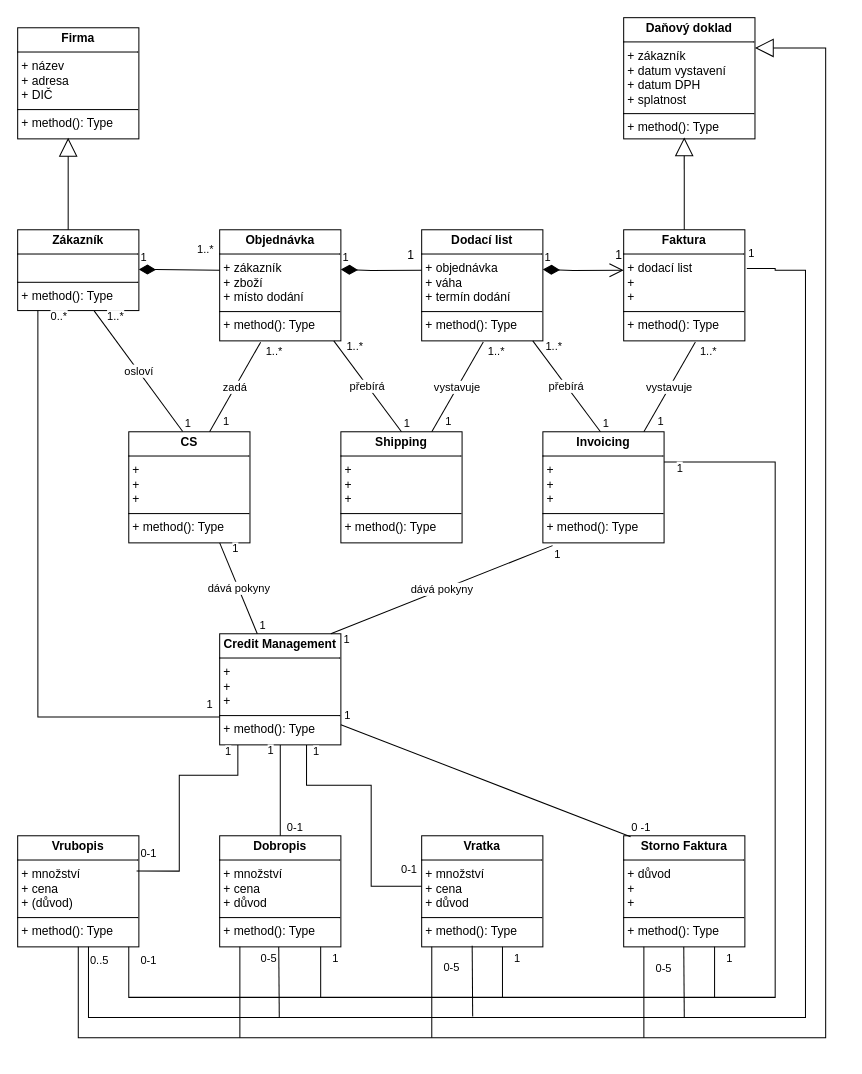
Above: tok dokladu oprava (9).drawio in xmardol40/pg (draw.io), before the change. Source tidied: cells renumbered, new cells numbered last; positions are measured from the earlier drawing's top-left corner, leaving out a move shared by most shapes. Both pictures are drawn from the tidied source at 101%, with x=0, y=0 at pixel (17, 17).
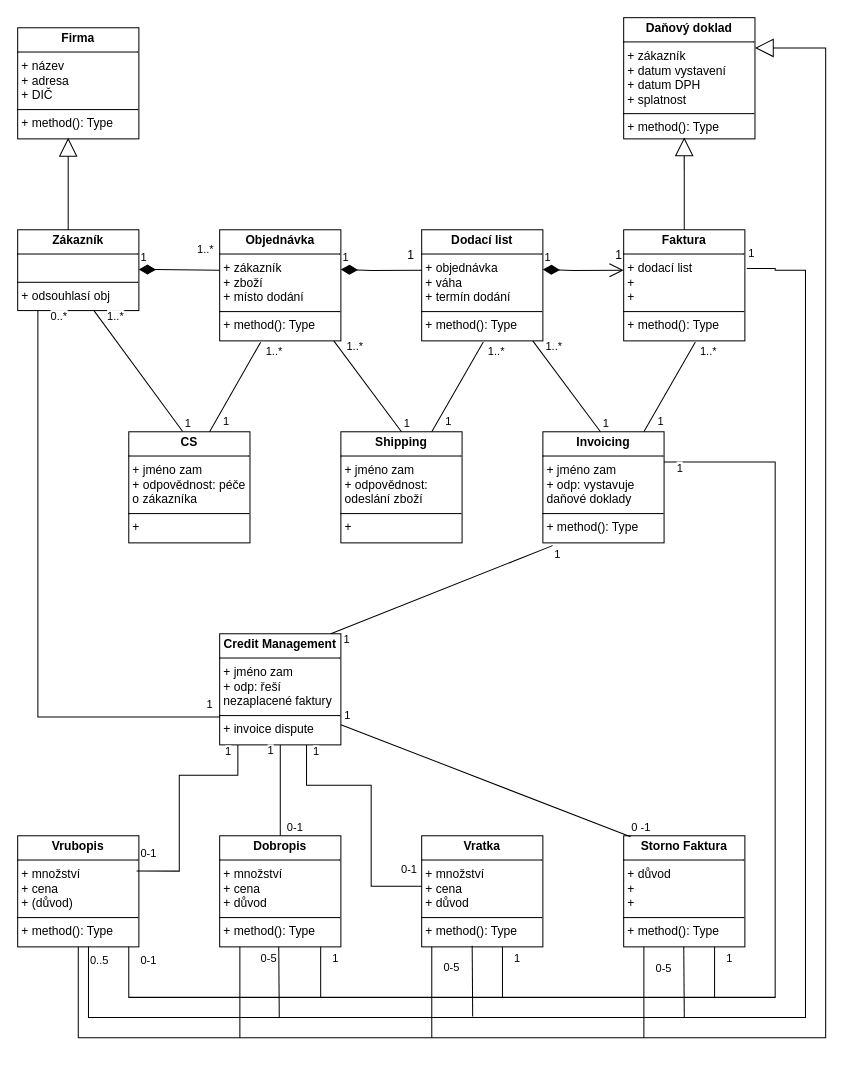
The same page after the edit.

The change refers to these unchanged cells:
```xml
<mxCell id="5" value="&lt;p style=&quot;margin:0px;margin-top:4px;text-align:center;&quot;&gt;&lt;b&gt;Objednávka&lt;/b&gt;&lt;/p&gt;&lt;hr size=&quot;1&quot; style=&quot;border-style:solid;&quot;&gt;&lt;p style=&quot;margin:0px;margin-left:4px;&quot;&gt;+ zákazník&lt;/p&gt;&lt;p style=&quot;margin:0px;margin-left:4px;&quot;&gt;+ zboží&lt;/p&gt;&lt;p style=&quot;margin:0px;margin-left:4px;&quot;&gt;+ místo dodání&lt;/p&gt;&lt;hr size=&quot;1&quot; style=&quot;border-style:solid;&quot;&gt;&lt;p style=&quot;margin:0px;margin-left:4px;&quot;&gt;+ method(): Type&lt;/p&gt;" style="verticalAlign=top;align=left;overflow=fill;html=1;whiteSpace=wrap;" parent="1" vertex="1">
  <mxGeometry x="200" y="210" width="120" height="110" as="geometry" />
</mxCell>
```

Change to the diagram source:
```diff
@@
-    <mxCell id="4" value="&lt;p style=&quot;margin:0px;margin-top:4px;text-align:center;&quot;&gt;&lt;b&gt;Zákazník&lt;/b&gt;&lt;/p&gt;&lt;hr size=&quot;1&quot; style=&quot;border-style:solid;&quot;&gt;&lt;p style=&quot;margin:0px;margin-left:4px;&quot;&gt;&lt;br&gt;&lt;/p&gt;&lt;hr size=&quot;1&quot; style=&quot;border-style:solid;&quot;&gt;&lt;p style=&quot;margin:0px;margin-left:4px;&quot;&gt;+ method(): Type&lt;/p&gt;" style="verticalAlign=top;align=left;overflow=fill;html=1;whiteSpace=wrap;" parent="1" vertex="1">
+    <mxCell id="4" value="&lt;p style=&quot;margin:0px;margin-top:4px;text-align:center;&quot;&gt;&lt;b&gt;Zákazník&lt;/b&gt;&lt;/p&gt;&lt;hr size=&quot;1&quot; style=&quot;border-style:solid;&quot;&gt;&lt;p style=&quot;margin:0px;margin-left:4px;&quot;&gt;&lt;br&gt;&lt;/p&gt;&lt;hr size=&quot;1&quot; style=&quot;border-style:solid;&quot;&gt;&lt;p style=&quot;margin:0px;margin-left:4px;&quot;&gt;+ odsouhlasí obj&lt;/p&gt;" style="verticalAlign=top;align=left;overflow=fill;html=1;whiteSpace=wrap;" parent="1" vertex="1">
       <mxGeometry y="210" width="120" height="80" as="geometry" />
     </mxCell>
@@
-    <mxCell id="8" value="&lt;p style=&quot;margin:0px;margin-top:4px;text-align:center;&quot;&gt;&lt;b&gt;CS&lt;/b&gt;&lt;/p&gt;&lt;hr size=&quot;1&quot; style=&quot;border-style:solid;&quot;&gt;&lt;p style=&quot;margin:0px;margin-left:4px;&quot;&gt;+&amp;nbsp;&lt;/p&gt;&lt;p style=&quot;margin:0px;margin-left:4px;&quot;&gt;+&amp;nbsp;&lt;/p&gt;&lt;p style=&quot;margin:0px;margin-left:4px;&quot;&gt;+&amp;nbsp;&lt;/p&gt;&lt;hr size=&quot;1&quot; style=&quot;border-style:solid;&quot;&gt;&lt;p style=&quot;margin:0px;margin-left:4px;&quot;&gt;+ method(): Type&lt;/p&gt;" style="verticalAlign=top;align=left;overflow=fill;html=1;whiteSpace=wrap;" parent="1" vertex="1">
+    <mxCell id="8" value="&lt;p style=&quot;margin:0px;margin-top:4px;text-align:center;&quot;&gt;&lt;b&gt;CS&lt;/b&gt;&lt;/p&gt;&lt;hr size=&quot;1&quot; style=&quot;border-style:solid;&quot;&gt;&lt;p style=&quot;margin:0px;margin-left:4px;&quot;&gt;+ jméno zam&lt;/p&gt;&lt;p style=&quot;margin:0px;margin-left:4px;&quot;&gt;+ odpovědnost: péče o zákazníka&lt;/p&gt;&lt;hr size=&quot;1&quot; style=&quot;border-style:solid;&quot;&gt;&lt;p style=&quot;margin:0px;margin-left:4px;&quot;&gt;+&amp;nbsp;&lt;/p&gt;" style="verticalAlign=top;align=left;overflow=fill;html=1;whiteSpace=wrap;" parent="1" vertex="1">
       <mxGeometry x="110" y="410" width="120" height="110" as="geometry" />
     </mxCell>
-    <mxCell id="9" value="&lt;p style=&quot;margin:0px;margin-top:4px;text-align:center;&quot;&gt;&lt;b&gt;Shipping&lt;/b&gt;&lt;/p&gt;&lt;hr size=&quot;1&quot; style=&quot;border-style:solid;&quot;&gt;&lt;p style=&quot;margin:0px;margin-left:4px;&quot;&gt;+&amp;nbsp;&lt;/p&gt;&lt;p style=&quot;margin:0px;margin-left:4px;&quot;&gt;+&amp;nbsp;&lt;/p&gt;&lt;p style=&quot;margin:0px;margin-left:4px;&quot;&gt;+&amp;nbsp;&lt;/p&gt;&lt;hr size=&quot;1&quot; style=&quot;border-style:solid;&quot;&gt;&lt;p style=&quot;margin:0px;margin-left:4px;&quot;&gt;+ method(): Type&lt;/p&gt;" style="verticalAlign=top;align=left;overflow=fill;html=1;whiteSpace=wrap;" parent="1" vertex="1">
+    <mxCell id="9" value="&lt;p style=&quot;margin:0px;margin-top:4px;text-align:center;&quot;&gt;&lt;b&gt;Shipping&lt;/b&gt;&lt;/p&gt;&lt;hr size=&quot;1&quot; style=&quot;border-style:solid;&quot;&gt;&lt;p style=&quot;margin:0px;margin-left:4px;&quot;&gt;+&amp;nbsp;&lt;span style=&quot;background-color: initial;&quot;&gt;jméno zam&lt;/span&gt;&lt;/p&gt;&lt;p style=&quot;margin: 0px 0px 0px 4px;&quot;&gt;+ odpovědnost: odeslání zboží&lt;/p&gt;&lt;hr size=&quot;1&quot; style=&quot;border-style:solid;&quot;&gt;&lt;p style=&quot;margin:0px;margin-left:4px;&quot;&gt;+&amp;nbsp;&lt;/p&gt;" style="verticalAlign=top;align=left;overflow=fill;html=1;whiteSpace=wrap;" parent="1" vertex="1">
       <mxGeometry x="320" y="410" width="120" height="110" as="geometry" />
     </mxCell>
-    <mxCell id="10" value="&lt;p style=&quot;margin:0px;margin-top:4px;text-align:center;&quot;&gt;&lt;b&gt;Invoicing&lt;/b&gt;&lt;/p&gt;&lt;hr size=&quot;1&quot; style=&quot;border-style:solid;&quot;&gt;&lt;p style=&quot;margin:0px;margin-left:4px;&quot;&gt;+&amp;nbsp;&lt;/p&gt;&lt;p style=&quot;margin:0px;margin-left:4px;&quot;&gt;+&amp;nbsp;&lt;/p&gt;&lt;p style=&quot;margin:0px;margin-left:4px;&quot;&gt;+&amp;nbsp;&lt;/p&gt;&lt;hr size=&quot;1&quot; style=&quot;border-style:solid;&quot;&gt;&lt;p style=&quot;margin:0px;margin-left:4px;&quot;&gt;+ method(): Type&lt;/p&gt;" style="verticalAlign=top;align=left;overflow=fill;html=1;whiteSpace=wrap;" parent="1" vertex="1">
+    <mxCell id="10" value="&lt;p style=&quot;margin:0px;margin-top:4px;text-align:center;&quot;&gt;&lt;b&gt;Invoicing&lt;/b&gt;&lt;/p&gt;&lt;hr size=&quot;1&quot; style=&quot;border-style:solid;&quot;&gt;&lt;p style=&quot;margin:0px;margin-left:4px;&quot;&gt;+ jméno zam&lt;/p&gt;&lt;p style=&quot;margin:0px;margin-left:4px;&quot;&gt;+ odp: vystavuje daňové doklady&lt;/p&gt;&lt;hr size=&quot;1&quot; style=&quot;border-style:solid;&quot;&gt;&lt;p style=&quot;margin:0px;margin-left:4px;&quot;&gt;+ method(): Type&lt;/p&gt;" style="verticalAlign=top;align=left;overflow=fill;html=1;whiteSpace=wrap;" parent="1" vertex="1">
       <mxGeometry x="520" y="410" width="120" height="110" as="geometry" />
     </mxCell>
-    <mxCell id="11" value="&lt;p style=&quot;margin:0px;margin-top:4px;text-align:center;&quot;&gt;&lt;b&gt;Credit Management&lt;/b&gt;&lt;/p&gt;&lt;hr size=&quot;1&quot; style=&quot;border-style:solid;&quot;&gt;&lt;p style=&quot;margin:0px;margin-left:4px;&quot;&gt;+&amp;nbsp;&lt;/p&gt;&lt;p style=&quot;margin:0px;margin-left:4px;&quot;&gt;+&amp;nbsp;&lt;/p&gt;&lt;p style=&quot;margin:0px;margin-left:4px;&quot;&gt;+&amp;nbsp;&lt;/p&gt;&lt;hr size=&quot;1&quot; style=&quot;border-style:solid;&quot;&gt;&lt;p style=&quot;margin:0px;margin-left:4px;&quot;&gt;+ method(): Type&lt;/p&gt;" style="verticalAlign=top;align=left;overflow=fill;html=1;whiteSpace=wrap;" parent="1" vertex="1">
+    <mxCell id="11" value="&lt;p style=&quot;margin:0px;margin-top:4px;text-align:center;&quot;&gt;&lt;b&gt;Credit Management&lt;/b&gt;&lt;/p&gt;&lt;hr size=&quot;1&quot; style=&quot;border-style:solid;&quot;&gt;&lt;p style=&quot;margin:0px;margin-left:4px;&quot;&gt;+ jméno zam&lt;/p&gt;&lt;p style=&quot;margin:0px;margin-left:4px;&quot;&gt;+ odp: řeší nezaplacené faktury&lt;/p&gt;&lt;hr size=&quot;1&quot; style=&quot;border-style:solid;&quot;&gt;&lt;p style=&quot;margin:0px;margin-left:4px;&quot;&gt;+ invoice dispute&lt;/p&gt;" style="verticalAlign=top;align=left;overflow=fill;html=1;whiteSpace=wrap;" parent="1" vertex="1">
       <mxGeometry x="200" y="610" width="120" height="110" as="geometry" />
     </mxCell>
@@
-    <mxCell id="19" value="osloví" style="endArrow=none;html=1;endSize=12;startArrow=none;startSize=14;startFill=0;rounded=0;exitX=0.631;exitY=1.004;exitDx=0;exitDy=0;exitPerimeter=0;entryX=0.445;entryY=-0.003;entryDx=0;entryDy=0;entryPerimeter=0;endFill=0;" parent="1" edge="1" source="4" target="8">
+    <mxCell id="19" style="endArrow=none;html=1;endSize=12;startArrow=none;startSize=14;startFill=0;rounded=0;exitX=0.631;exitY=1.004;exitDx=0;exitDy=0;exitPerimeter=0;entryX=0.445;entryY=-0.003;entryDx=0;entryDy=0;entryPerimeter=0;endFill=0;" parent="1" edge="1" source="4" target="8">
       <mxGeometry relative="1" as="geometry" />
     </mxCell>
@@
-    <mxCell id="22" value="zadá" style="endArrow=none;html=1;endSize=12;startArrow=none;startSize=14;startFill=0;rounded=0;exitX=0.667;exitY=0;exitDx=0;exitDy=0;exitPerimeter=0;entryX=0.338;entryY=1.012;entryDx=0;entryDy=0;entryPerimeter=0;endFill=0;" parent="1" edge="1" source="8" target="5">
+    <mxCell id="22" style="endArrow=none;html=1;endSize=12;startArrow=none;startSize=14;startFill=0;rounded=0;exitX=0.667;exitY=0;exitDx=0;exitDy=0;exitPerimeter=0;entryX=0.338;entryY=1.012;entryDx=0;entryDy=0;entryPerimeter=0;endFill=0;" parent="1" edge="1" source="8" target="5">
       <mxGeometry relative="1" as="geometry" />
     </mxCell>
@@
-    <mxCell id="25" value="vystavuje" style="endArrow=none;html=1;endSize=12;startArrow=none;startSize=14;startFill=0;rounded=0;exitX=0.667;exitY=0;exitDx=0;exitDy=0;exitPerimeter=0;entryX=0.338;entryY=1.012;entryDx=0;entryDy=0;entryPerimeter=0;endFill=0;" parent="1" edge="1">
+    <mxCell id="25" style="endArrow=none;html=1;endSize=12;startArrow=none;startSize=14;startFill=0;rounded=0;exitX=0.667;exitY=0;exitDx=0;exitDy=0;exitPerimeter=0;entryX=0.338;entryY=1.012;entryDx=0;entryDy=0;entryPerimeter=0;endFill=0;" parent="1" edge="1">
       <mxGeometry relative="1" as="geometry">
         <mxPoint x="410" y="410" as="sourcePoint" />
         <mxPoint x="461" y="321" as="targetPoint" />
       </mxGeometry>
     </mxCell>
@@
-    <mxCell id="28" value="přebírá" style="endArrow=none;html=1;endSize=12;startArrow=none;startSize=14;startFill=0;rounded=0;exitX=0.631;exitY=1.004;exitDx=0;exitDy=0;exitPerimeter=0;endFill=0;" parent="1" edge="1">
+    <mxCell id="28" style="endArrow=none;html=1;endSize=12;startArrow=none;startSize=14;startFill=0;rounded=0;exitX=0.631;exitY=1.004;exitDx=0;exitDy=0;exitPerimeter=0;endFill=0;" parent="1" edge="1">
       <mxGeometry relative="1" as="geometry">
         <mxPoint x="313" y="320" as="sourcePoint" />
         <mxPoint x="380" y="410" as="targetPoint" />
       </mxGeometry>
     </mxCell>
@@
-    <mxCell id="31" value="vystavuje" style="endArrow=none;html=1;endSize=12;startArrow=none;startSize=14;startFill=0;rounded=0;exitX=0.667;exitY=0;exitDx=0;exitDy=0;exitPerimeter=0;entryX=0.338;entryY=1.012;entryDx=0;entryDy=0;entryPerimeter=0;endFill=0;" parent="1" edge="1">
+    <mxCell id="31" style="endArrow=none;html=1;endSize=12;startArrow=none;startSize=14;startFill=0;rounded=0;exitX=0.667;exitY=0;exitDx=0;exitDy=0;exitPerimeter=0;entryX=0.338;entryY=1.012;entryDx=0;entryDy=0;entryPerimeter=0;endFill=0;" parent="1" edge="1">
       <mxGeometry relative="1" as="geometry">
         <mxPoint x="620" y="410" as="sourcePoint" />
         <mxPoint x="671" y="321" as="targetPoint" />
       </mxGeometry>
     </mxCell>
@@
-    <mxCell id="34" value="přebírá" style="endArrow=none;html=1;endSize=12;startArrow=none;startSize=14;startFill=0;rounded=0;exitX=0.631;exitY=1.004;exitDx=0;exitDy=0;exitPerimeter=0;endFill=0;" parent="1" edge="1">
+    <mxCell id="34" style="endArrow=none;html=1;endSize=12;startArrow=none;startSize=14;startFill=0;rounded=0;exitX=0.631;exitY=1.004;exitDx=0;exitDy=0;exitPerimeter=0;endFill=0;" parent="1" edge="1">
       <mxGeometry relative="1" as="geometry">
         <mxPoint x="510" y="320" as="sourcePoint" />
         <mxPoint x="577" y="410" as="targetPoint" />
       </mxGeometry>
     </mxCell>
@@
-    <mxCell id="53" value="dává pokyny" style="endArrow=none;html=1;endSize=12;startArrow=none;startSize=14;startFill=0;rounded=0;exitX=0.631;exitY=1.004;exitDx=0;exitDy=0;exitPerimeter=0;endFill=0;" parent="1" edge="1" target="11">
-      <mxGeometry relative="1" as="geometry">
-        <mxPoint x="200" y="520" as="sourcePoint" />
-      </mxGeometry>
-    </mxCell>
-    <mxCell id="54" value="1" style="edgeLabel;html=1;align=left;verticalAlign=top;" parent="53" vertex="1">
-      <mxGeometry x="-1" relative="1" as="geometry">
-        <mxPoint x="11" y="-7" as="offset" />
-      </mxGeometry>
-    </mxCell>
-    <mxCell id="55" value="1" style="edgeLabel;html=1;align=right;verticalAlign=top;" parent="53" vertex="1">
-      <mxGeometry x="1" relative="1" as="geometry">
-        <mxPoint x="9" y="-21" as="offset" />
-      </mxGeometry>
-    </mxCell>
-    <mxCell id="56" value="dává pokyny" style="endArrow=none;html=1;endSize=12;startArrow=none;startSize=14;startFill=0;rounded=0;exitX=0.917;exitY=0;exitDx=0;exitDy=0;exitPerimeter=0;entryX=0.08;entryY=1.025;entryDx=0;entryDy=0;entryPerimeter=0;endFill=0;" parent="1" edge="1" source="11" target="10">
+    <mxCell id="56" style="endArrow=none;html=1;endSize=12;startArrow=none;startSize=14;startFill=0;rounded=0;exitX=0.917;exitY=0;exitDx=0;exitDy=0;exitPerimeter=0;entryX=0.08;entryY=1.025;entryDx=0;entryDy=0;entryPerimeter=0;endFill=0;" parent="1" edge="1" source="11" target="10">
       <mxGeometry relative="1" as="geometry" />
     </mxCell>
```
